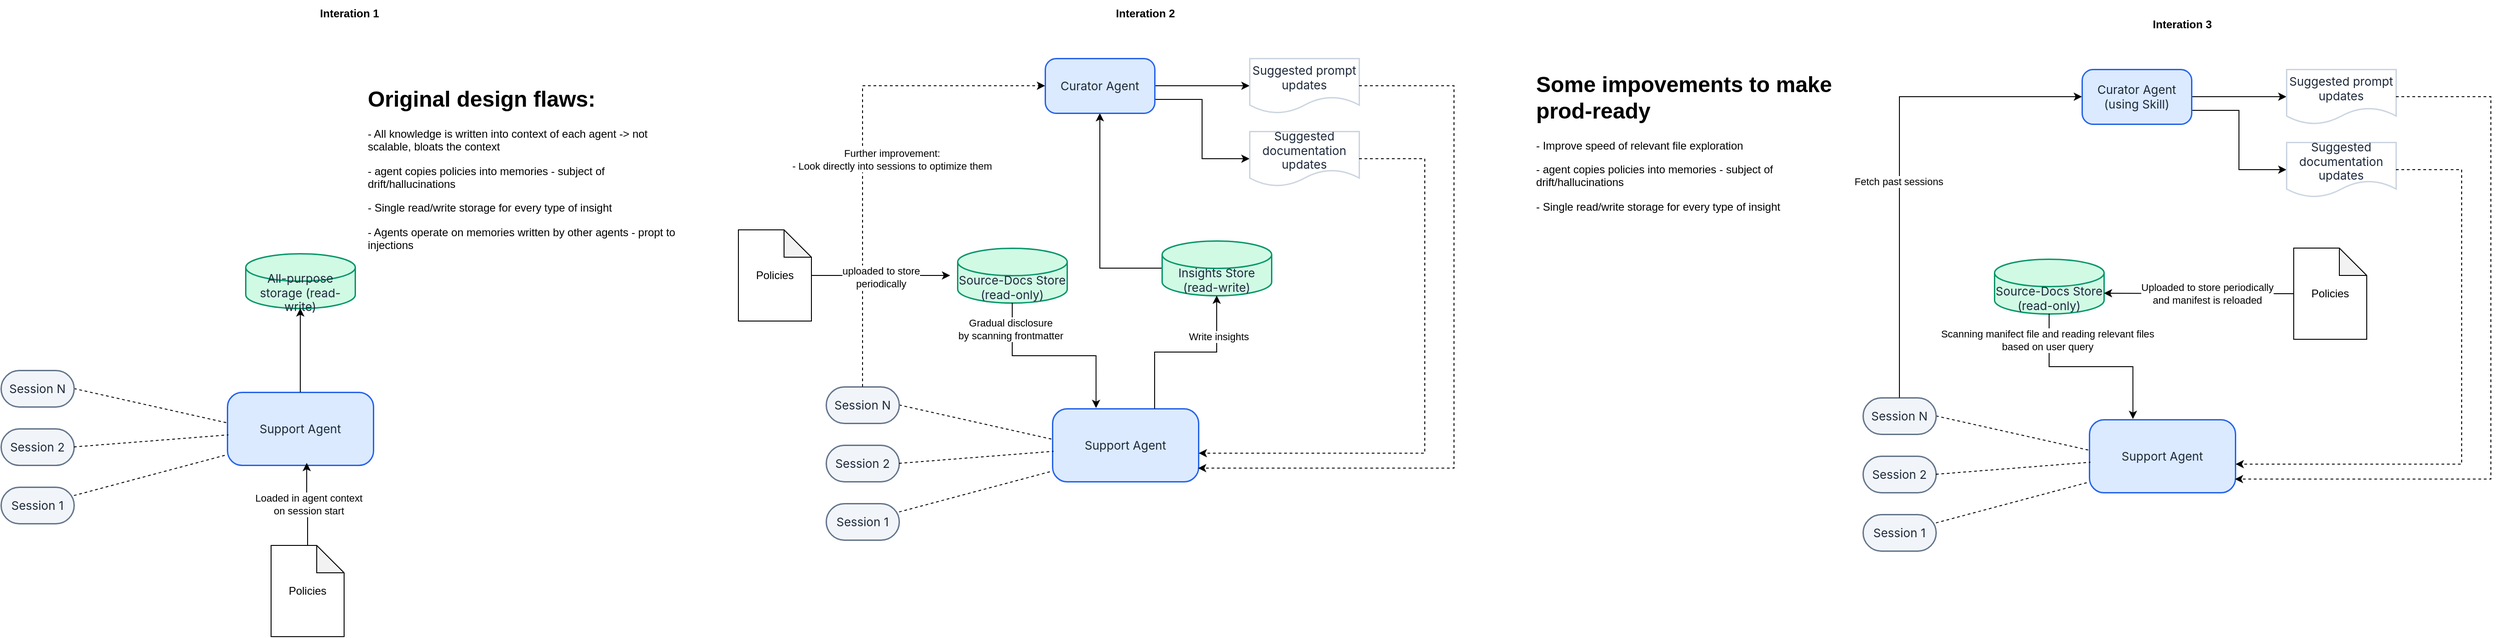
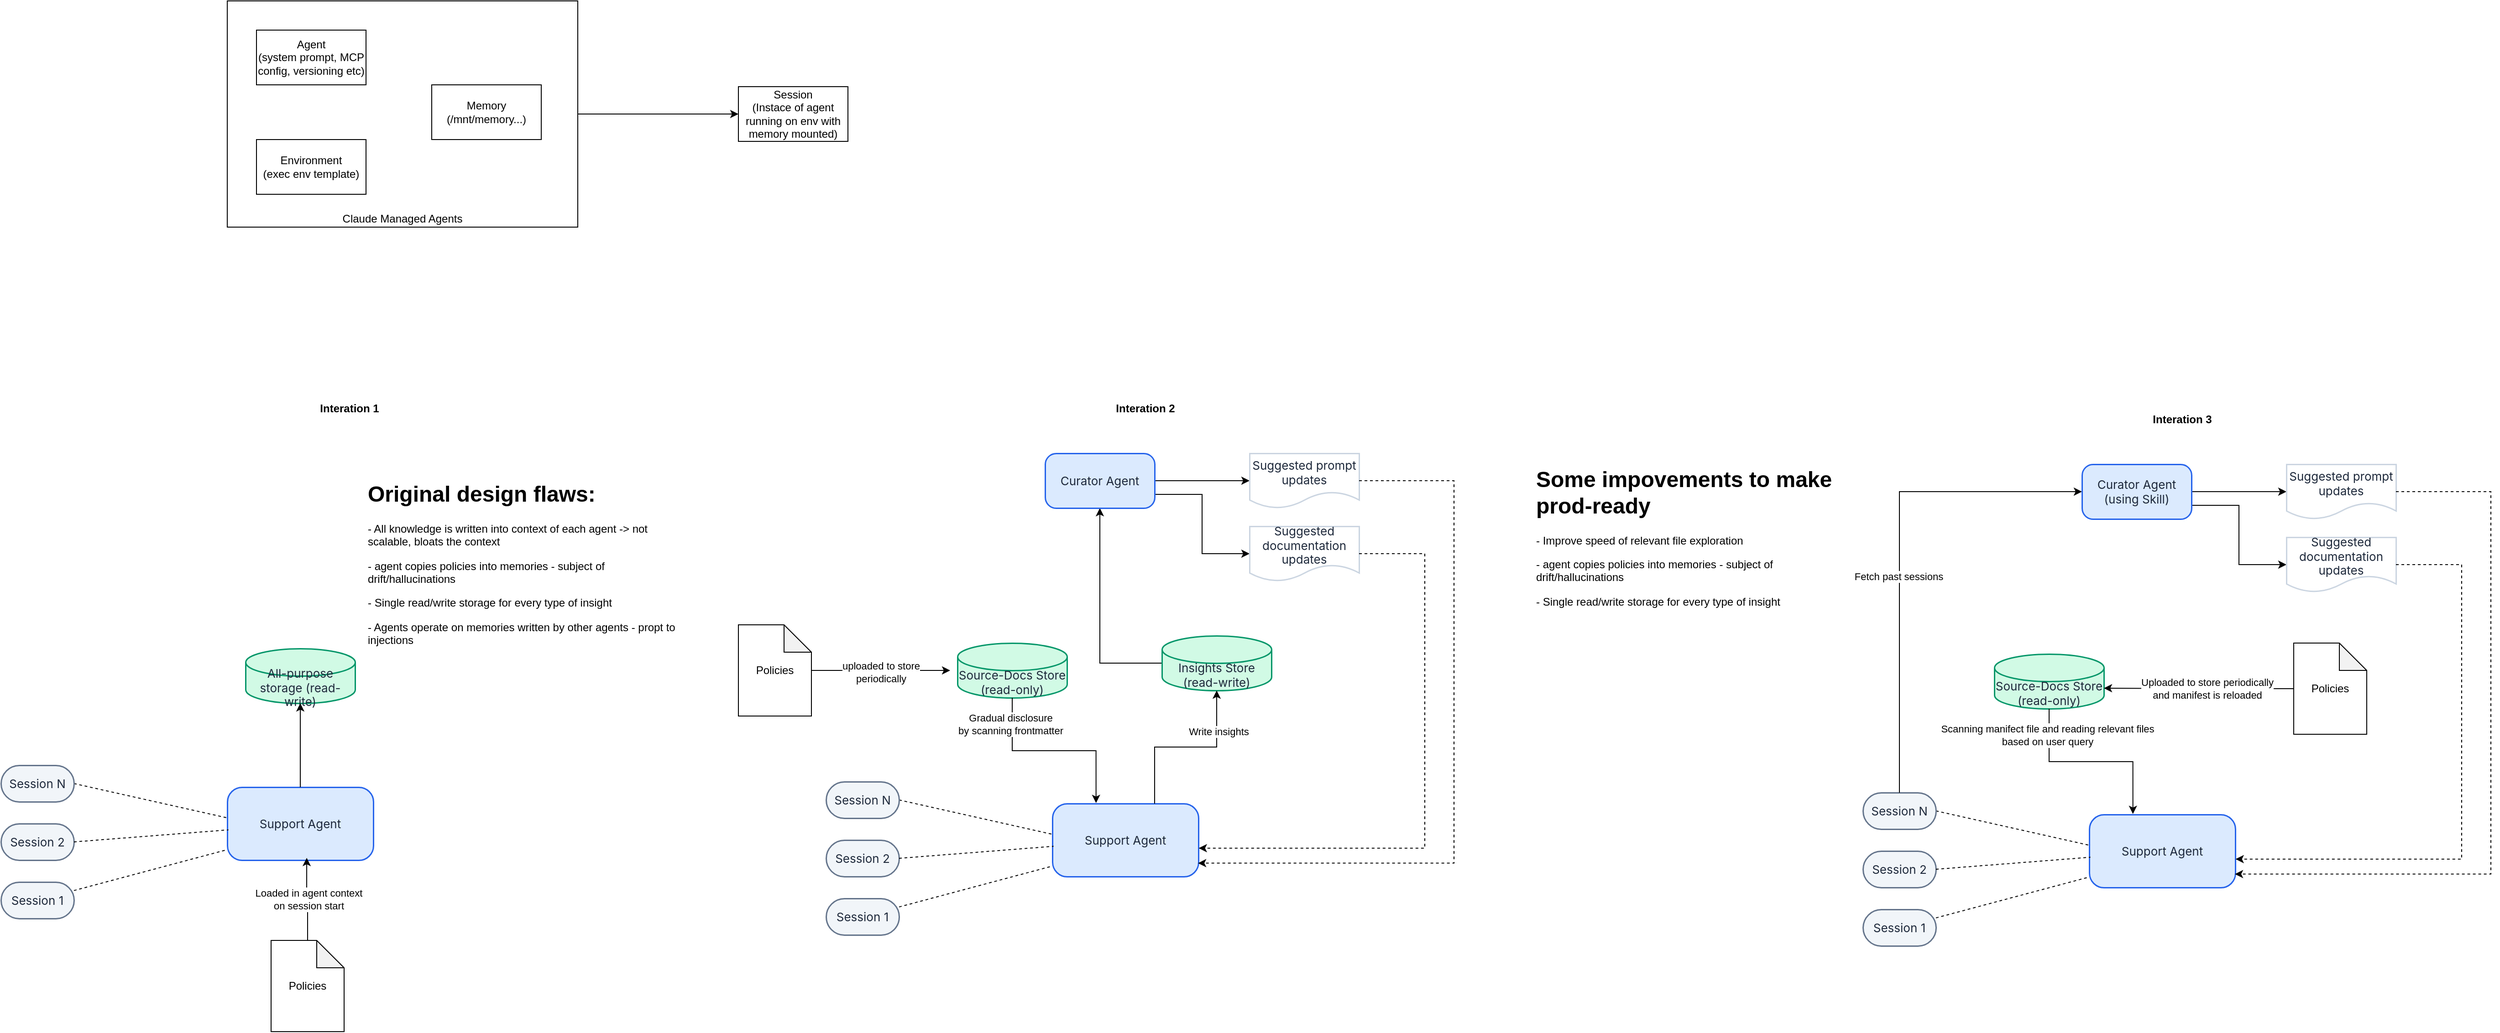
<mxfile host="Electron" agent="drawio-skill-cli">
  <diagram name="Page-1" id="0">
-     <mxGraphModel dx="2424" dy="1824" grid="1" gridSize="8" guides="1" tooltips="1" connect="1" arrows="1" fold="1" page="1" pageScale="1" pageWidth="760" pageHeight="392" background="#FFFFFF" math="1" shadow="0">
+     <mxGraphModel dx="2424" dy="2216" grid="1" gridSize="8" guides="1" tooltips="1" connect="1" arrows="1" fold="1" page="1" pageScale="1" pageWidth="760" pageHeight="392" background="#FFFFFF" math="1" shadow="0">
      <root>
        <mxCell id="0" />
        <mxCell id="1" parent="0" />
+         <mxCell id="O03uXfAqKyq_xQbpwgVt-15" edge="1" parent="1" source="O03uXfAqKyq_xQbpwgVt-13" style="edgeStyle=orthogonalEdgeStyle;rounded=0;orthogonalLoop=1;jettySize=auto;html=1;entryX=0;entryY=0.5;entryDx=0;entryDy=0;" target="O03uXfAqKyq_xQbpwgVt-14">
+           <mxGeometry relative="1" as="geometry" />
+         </mxCell>
+         <mxCell id="O03uXfAqKyq_xQbpwgVt-13" parent="1" style="rounded=0;whiteSpace=wrap;html=1;verticalAlign=bottom;" value="Claude Managed Agents" vertex="1">
+           <mxGeometry height="248" width="384" x="-384" y="-896" as="geometry" />
+         </mxCell>
        <mxCell id="2" parent="1" style="rounded=1;arcSize=50;html=1;whiteSpace=wrap;fillColor=#F1F5F9;strokeColor=#64748B;strokeWidth=1.5;fontColor=#1E293B;fontSize=13;fontFamily=Inter, Roboto, system-ui, -apple-system, sans-serif;verticalAlign=middle;align=center" value="Session 1" vertex="1">
          <mxGeometry height="40" width="80" x="272" y="88" as="geometry" />
        </mxCell>
        <mxCell id="3" parent="1" style="rounded=1;arcSize=50;html=1;whiteSpace=wrap;fillColor=#F1F5F9;strokeColor=#64748B;strokeWidth=1.5;fontColor=#1E293B;fontSize=13;fontFamily=Inter, Roboto, system-ui, -apple-system, sans-serif;verticalAlign=middle;align=center" value="Session 2" vertex="1">
          <mxGeometry height="40" width="80" x="272" y="24" as="geometry" />
        </mxCell>
        <mxCell id="RlVFO93jehndt3vU5E4P-28" edge="1" parent="1" source="4" style="rounded=0;orthogonalLoop=1;jettySize=auto;html=1;exitX=1;exitY=0.5;exitDx=0;exitDy=0;entryX=-0.006;entryY=0.418;entryDx=0;entryDy=0;entryPerimeter=0;dashed=1;endArrow=none;endFill=0;" target="5">
          <mxGeometry relative="1" as="geometry">
            <mxPoint x="512" y="16" as="targetPoint" />
          </mxGeometry>
        </mxCell>
        <mxCell id="4" parent="1" style="rounded=1;arcSize=50;html=1;whiteSpace=wrap;fillColor=#F1F5F9;strokeColor=#64748B;strokeWidth=1.5;fontColor=#1E293B;fontSize=13;fontFamily=Inter, Roboto, system-ui, -apple-system, sans-serif;verticalAlign=middle;align=center" value="Session N" vertex="1">
          <mxGeometry height="40" width="80" x="272" y="-40" as="geometry" />
        </mxCell>
        <mxCell id="5" parent="1" style="rounded=1;arcSize=20;html=1;whiteSpace=wrap;fillColor=#DBEAFE;strokeColor=#2563EB;strokeWidth=1.5;fontColor=#1E293B;fontSize=13;fontFamily=Inter, Roboto, system-ui, -apple-system, sans-serif;verticalAlign=middle;align=center" value="Support Agent" vertex="1">
          <mxGeometry height="80" width="160" x="520" y="-16" as="geometry" />
        </mxCell>
        <mxCell id="6" parent="1" style="shape=cylinder3;boundedLbl=1;backgroundOutline=1;size=15;html=1;whiteSpace=wrap;fillColor=#D1FAE5;strokeColor=#059669;strokeWidth=1.5;fontColor=#1E293B;fontSize=13;fontFamily=Inter, Roboto, system-ui, -apple-system, sans-serif;verticalAlign=middle;align=center" value="Source-Docs Store (read-only)" vertex="1">
          <mxGeometry height="60" width="120" x="416" y="-192" as="geometry" />
        </mxCell>
        <mxCell id="RlVFO93jehndt3vU5E4P-33" edge="1" parent="1" source="7" style="edgeStyle=orthogonalEdgeStyle;rounded=0;orthogonalLoop=1;jettySize=auto;html=1;entryX=0.5;entryY=1;entryDx=0;entryDy=0;" target="9">
          <mxGeometry relative="1" as="geometry" />
        </mxCell>
        <mxCell id="7" parent="1" style="shape=cylinder3;boundedLbl=1;backgroundOutline=1;size=15;html=1;whiteSpace=wrap;fillColor=#D1FAE5;strokeColor=#059669;strokeWidth=1.5;fontColor=#1E293B;fontSize=13;fontFamily=Inter, Roboto, system-ui, -apple-system, sans-serif;verticalAlign=middle;align=center" value="Insights Store (read-write)" vertex="1">
          <mxGeometry height="60" width="120" x="640" y="-200" as="geometry" />
        </mxCell>
        <mxCell id="RlVFO93jehndt3vU5E4P-36" edge="1" parent="1" source="9" style="edgeStyle=orthogonalEdgeStyle;rounded=0;orthogonalLoop=1;jettySize=auto;html=1;" target="10">
          <mxGeometry relative="1" as="geometry" />
        </mxCell>
        <mxCell id="RlVFO93jehndt3vU5E4P-37" edge="1" parent="1" source="9" style="edgeStyle=orthogonalEdgeStyle;rounded=0;orthogonalLoop=1;jettySize=auto;html=1;exitX=1;exitY=0.75;exitDx=0;exitDy=0;entryX=0;entryY=0.5;entryDx=0;entryDy=0;" target="RlVFO93jehndt3vU5E4P-34">
          <mxGeometry relative="1" as="geometry" />
-         </mxCell>
-         <mxCell id="RlVFO93jehndt3vU5E4P-38" edge="1" parent="1" source="4" style="edgeStyle=orthogonalEdgeStyle;rounded=0;orthogonalLoop=1;jettySize=auto;html=1;dashed=1;" target="9">
-           <mxGeometry relative="1" as="geometry">
-             <Array as="points">
-               <mxPoint x="312" y="-370" />
-             </Array>
-           </mxGeometry>
-         </mxCell>
-         <mxCell id="RlVFO93jehndt3vU5E4P-39" connectable="0" parent="RlVFO93jehndt3vU5E4P-38" style="edgeLabel;html=1;align=center;verticalAlign=middle;resizable=0;points=[];" value="Further improvement:&lt;div&gt;- Look directly into sessions to optimize them&lt;/div&gt;" vertex="1">
-           <mxGeometry relative="1" x="0.0881" y="1" as="geometry">
-             <mxPoint x="33" y="39" as="offset" />
-           </mxGeometry>
        </mxCell>
        <mxCell id="9" parent="1" style="rounded=1;arcSize=20;html=1;whiteSpace=wrap;fillColor=#DBEAFE;strokeColor=#2563EB;strokeWidth=1.5;fontColor=#1E293B;fontSize=13;fontFamily=Inter, Roboto, system-ui, -apple-system, sans-serif;verticalAlign=middle;align=center" value="Curator Agent" vertex="1">
          <mxGeometry height="60" width="120" x="512" y="-400" as="geometry" />
        </mxCell>
        <mxCell id="10" parent="1" style="shape=document;boundedLbl=1;html=1;whiteSpace=wrap;fillColor=#FFFFFF;strokeColor=#CBD5E1;strokeWidth=1.5;fontColor=#1E293B;fontSize=13;fontFamily=Inter, Roboto, system-ui, -apple-system, sans-serif;verticalAlign=middle;align=center" value="Suggested prompt updates" vertex="1">
          <mxGeometry height="60" width="120" x="736" y="-400" as="geometry" />
        </mxCell>
        <mxCell id="RlVFO93jehndt3vU5E4P-29" edge="1" parent="1" source="3" style="rounded=0;orthogonalLoop=1;jettySize=auto;html=1;exitX=1;exitY=0.5;exitDx=0;exitDy=0;entryX=0.008;entryY=0.585;entryDx=0;entryDy=0;entryPerimeter=0;dashed=1;endArrow=none;endFill=0;" target="5">
          <mxGeometry relative="1" as="geometry" />
        </mxCell>
        <mxCell id="RlVFO93jehndt3vU5E4P-30" edge="1" parent="1" source="2" style="rounded=0;orthogonalLoop=1;jettySize=auto;html=1;entryX=-0.011;entryY=0.862;entryDx=0;entryDy=0;entryPerimeter=0;dashed=1;endArrow=none;endFill=0;" target="5">
          <mxGeometry relative="1" as="geometry" />
        </mxCell>
        <mxCell id="RlVFO93jehndt3vU5E4P-31" edge="1" parent="1" source="6" style="edgeStyle=orthogonalEdgeStyle;rounded=0;orthogonalLoop=1;jettySize=auto;html=1;entryX=0.299;entryY=-0.008;entryDx=0;entryDy=0;entryPerimeter=0;" target="5">
          <mxGeometry relative="1" as="geometry" />
        </mxCell>
        <mxCell id="RlVFO93jehndt3vU5E4P-40" connectable="0" parent="RlVFO93jehndt3vU5E4P-31" style="edgeLabel;html=1;align=center;verticalAlign=middle;resizable=0;points=[];" value="Gradual disclosure&lt;div&gt;by scanning frontmatter&lt;/div&gt;" vertex="1">
          <mxGeometry relative="1" x="-0.72" y="-2" as="geometry">
            <mxPoint as="offset" />
          </mxGeometry>
        </mxCell>
        <mxCell id="RlVFO93jehndt3vU5E4P-32" edge="1" parent="1" source="5" style="edgeStyle=orthogonalEdgeStyle;rounded=0;orthogonalLoop=1;jettySize=auto;html=1;exitX=0.7;exitY=0;exitDx=0;exitDy=0;exitPerimeter=0;" target="7">
          <mxGeometry relative="1" as="geometry" />
        </mxCell>
        <mxCell id="RlVFO93jehndt3vU5E4P-41" connectable="0" parent="RlVFO93jehndt3vU5E4P-32" style="edgeLabel;html=1;align=center;verticalAlign=middle;resizable=0;points=[];" value="Write insights" vertex="1">
          <mxGeometry relative="1" x="0.5382" y="-2" as="geometry">
            <mxPoint as="offset" />
          </mxGeometry>
        </mxCell>
        <mxCell id="RlVFO93jehndt3vU5E4P-34" parent="1" style="shape=document;boundedLbl=1;html=1;whiteSpace=wrap;fillColor=#FFFFFF;strokeColor=#CBD5E1;strokeWidth=1.5;fontColor=#1E293B;fontSize=13;fontFamily=Inter, Roboto, system-ui, -apple-system, sans-serif;verticalAlign=middle;align=center" value="Suggested documentation updates" vertex="1">
          <mxGeometry height="60" width="120" x="736" y="-320" as="geometry" />
        </mxCell>
        <mxCell id="K27wWC6wkN7WmZvC_m9p-11" parent="1" style="text;html=1;whiteSpace=wrap;overflow=hidden;rounded=0;" value="&lt;h1 style=&quot;margin-top: 0px;&quot;&gt;Original design flaws:&lt;/h1&gt;&lt;p&gt;- All knowledge is written into context of each agent -&amp;gt; not scalable, bloats the context&lt;/p&gt;&lt;p&gt;- agent copies policies into memories - subject of drift/hallucinations&lt;/p&gt;&lt;p&gt;- Single read/write storage for every type of insight&lt;/p&gt;&lt;p&gt;- Agents operate on memories written by other agents - propt to injections&lt;/p&gt;" vertex="1">
          <mxGeometry height="200" width="344" x="-232" y="-376" as="geometry" />
        </mxCell>
        <mxCell id="K27wWC6wkN7WmZvC_m9p-12" edge="1" parent="1" source="RlVFO93jehndt3vU5E4P-34" style="edgeStyle=orthogonalEdgeStyle;rounded=0;orthogonalLoop=1;jettySize=auto;html=1;entryX=1.002;entryY=0.611;entryDx=0;entryDy=0;entryPerimeter=0;dashed=1;" target="5">
          <mxGeometry relative="1" as="geometry">
            <Array as="points">
              <mxPoint x="928" y="-290" />
              <mxPoint x="928" y="33" />
            </Array>
          </mxGeometry>
        </mxCell>
        <mxCell id="K27wWC6wkN7WmZvC_m9p-13" edge="1" parent="1" source="10" style="edgeStyle=orthogonalEdgeStyle;rounded=0;orthogonalLoop=1;jettySize=auto;html=1;entryX=0.997;entryY=0.816;entryDx=0;entryDy=0;entryPerimeter=0;dashed=1;" target="5">
          <mxGeometry relative="1" as="geometry">
            <Array as="points">
              <mxPoint x="960" y="-370" />
              <mxPoint x="960" y="49" />
            </Array>
          </mxGeometry>
        </mxCell>
        <mxCell id="CozKX9dai0k6KvKdKJ_9-10" parent="1" style="rounded=1;arcSize=50;html=1;whiteSpace=wrap;fillColor=#F1F5F9;strokeColor=#64748B;strokeWidth=1.5;fontColor=#1E293B;fontSize=13;fontFamily=Inter, Roboto, system-ui, -apple-system, sans-serif;verticalAlign=middle;align=center" value="Session 1" vertex="1">
          <mxGeometry height="40" width="80" x="-632" y="70" as="geometry" />
        </mxCell>
        <mxCell id="CozKX9dai0k6KvKdKJ_9-11" parent="1" style="rounded=1;arcSize=50;html=1;whiteSpace=wrap;fillColor=#F1F5F9;strokeColor=#64748B;strokeWidth=1.5;fontColor=#1E293B;fontSize=13;fontFamily=Inter, Roboto, system-ui, -apple-system, sans-serif;verticalAlign=middle;align=center" value="Session 2" vertex="1">
          <mxGeometry height="40" width="80" x="-632" y="6" as="geometry" />
        </mxCell>
        <mxCell id="CozKX9dai0k6KvKdKJ_9-12" edge="1" parent="1" source="CozKX9dai0k6KvKdKJ_9-13" style="rounded=0;orthogonalLoop=1;jettySize=auto;html=1;exitX=1;exitY=0.5;exitDx=0;exitDy=0;entryX=-0.006;entryY=0.418;entryDx=0;entryDy=0;entryPerimeter=0;dashed=1;endArrow=none;endFill=0;" target="CozKX9dai0k6KvKdKJ_9-14">
          <mxGeometry relative="1" as="geometry">
            <mxPoint x="-392" y="-2" as="targetPoint" />
          </mxGeometry>
        </mxCell>
        <mxCell id="CozKX9dai0k6KvKdKJ_9-13" parent="1" style="rounded=1;arcSize=50;html=1;whiteSpace=wrap;fillColor=#F1F5F9;strokeColor=#64748B;strokeWidth=1.5;fontColor=#1E293B;fontSize=13;fontFamily=Inter, Roboto, system-ui, -apple-system, sans-serif;verticalAlign=middle;align=center" value="Session N" vertex="1">
          <mxGeometry height="40" width="80" x="-632" y="-58" as="geometry" />
        </mxCell>
        <mxCell id="CozKX9dai0k6KvKdKJ_9-14" parent="1" style="rounded=1;arcSize=20;html=1;whiteSpace=wrap;fillColor=#DBEAFE;strokeColor=#2563EB;strokeWidth=1.5;fontColor=#1E293B;fontSize=13;fontFamily=Inter, Roboto, system-ui, -apple-system, sans-serif;verticalAlign=middle;align=center" value="Support Agent" vertex="1">
          <mxGeometry height="80" width="160" x="-384" y="-34" as="geometry" />
        </mxCell>
        <mxCell id="CozKX9dai0k6KvKdKJ_9-15" edge="1" parent="1" source="CozKX9dai0k6KvKdKJ_9-11" style="rounded=0;orthogonalLoop=1;jettySize=auto;html=1;exitX=1;exitY=0.5;exitDx=0;exitDy=0;entryX=0.008;entryY=0.585;entryDx=0;entryDy=0;entryPerimeter=0;dashed=1;endArrow=none;endFill=0;" target="CozKX9dai0k6KvKdKJ_9-14">
          <mxGeometry relative="1" as="geometry" />
        </mxCell>
        <mxCell id="CozKX9dai0k6KvKdKJ_9-16" edge="1" parent="1" source="CozKX9dai0k6KvKdKJ_9-10" style="rounded=0;orthogonalLoop=1;jettySize=auto;html=1;entryX=-0.011;entryY=0.862;entryDx=0;entryDy=0;entryPerimeter=0;dashed=1;endArrow=none;endFill=0;" target="CozKX9dai0k6KvKdKJ_9-14">
          <mxGeometry relative="1" as="geometry" />
        </mxCell>
        <mxCell id="CozKX9dai0k6KvKdKJ_9-17" parent="1" style="shape=cylinder3;boundedLbl=1;backgroundOutline=1;size=15;html=1;whiteSpace=wrap;fillColor=#D1FAE5;strokeColor=#059669;strokeWidth=1.5;fontColor=#1E293B;fontSize=13;fontFamily=Inter, Roboto, system-ui, -apple-system, sans-serif;verticalAlign=middle;align=center" value="All-purpose storage (read-write)" vertex="1">
          <mxGeometry height="60" width="120" x="-364" y="-186" as="geometry" />
        </mxCell>
        <mxCell id="CozKX9dai0k6KvKdKJ_9-18" edge="1" parent="1" source="CozKX9dai0k6KvKdKJ_9-14" style="edgeStyle=orthogonalEdgeStyle;rounded=0;orthogonalLoop=1;jettySize=auto;html=1;entryX=0.5;entryY=1;entryDx=0;entryDy=0;entryPerimeter=0;" target="CozKX9dai0k6KvKdKJ_9-17">
          <mxGeometry relative="1" as="geometry" />
        </mxCell>
        <mxCell id="CozKX9dai0k6KvKdKJ_9-19" parent="1" style="shape=note;whiteSpace=wrap;html=1;backgroundOutline=1;darkOpacity=0.05;" value="Policies" vertex="1">
          <mxGeometry height="100" width="80" x="-336" y="134" as="geometry" />
        </mxCell>
        <mxCell id="CozKX9dai0k6KvKdKJ_9-20" edge="1" parent="1" source="CozKX9dai0k6KvKdKJ_9-19" style="edgeStyle=orthogonalEdgeStyle;rounded=0;orthogonalLoop=1;jettySize=auto;html=1;entryX=0.544;entryY=0.969;entryDx=0;entryDy=0;entryPerimeter=0;" target="CozKX9dai0k6KvKdKJ_9-14">
          <mxGeometry relative="1" as="geometry" />
        </mxCell>
        <mxCell id="CozKX9dai0k6KvKdKJ_9-21" connectable="0" parent="CozKX9dai0k6KvKdKJ_9-20" style="edgeLabel;html=1;align=center;verticalAlign=middle;resizable=0;points=[];" value="Loaded in agent context&lt;div&gt;on session start&lt;/div&gt;" vertex="1">
          <mxGeometry relative="1" x="-0.038" y="-2" as="geometry">
            <mxPoint x="1" y="1" as="offset" />
          </mxGeometry>
        </mxCell>
        <mxCell id="CozKX9dai0k6KvKdKJ_9-22" parent="1" style="text;html=1;whiteSpace=wrap;strokeColor=none;fillColor=none;align=center;verticalAlign=middle;rounded=0;fontStyle=1" value="Interation 1" vertex="1">
          <mxGeometry height="30" width="92" x="-296" y="-464" as="geometry" />
        </mxCell>
        <mxCell id="CozKX9dai0k6KvKdKJ_9-23" parent="1" style="text;html=1;whiteSpace=wrap;strokeColor=none;fillColor=none;align=center;verticalAlign=middle;rounded=0;fontStyle=1" value="Interation 2" vertex="1">
          <mxGeometry height="30" width="92" x="576" y="-464" as="geometry" />
        </mxCell>
        <mxCell id="CozKX9dai0k6KvKdKJ_9-25" parent="1" style="text;html=1;whiteSpace=wrap;overflow=hidden;rounded=0;" value="&lt;h1 style=&quot;margin-top: 0px;&quot;&gt;Some impovements to make prod-ready&lt;/h1&gt;&lt;p&gt;- Improve speed of relevant file exploration&lt;/p&gt;&lt;p&gt;- agent copies policies into memories - subject of drift/hallucinations&lt;/p&gt;&lt;p&gt;- Single read/write storage for every type of insight&lt;/p&gt;" vertex="1">
          <mxGeometry height="175" width="344" x="1048" y="-392" as="geometry" />
        </mxCell>
        <mxCell id="CozKX9dai0k6KvKdKJ_9-26" parent="1" style="rounded=1;arcSize=50;html=1;whiteSpace=wrap;fillColor=#F1F5F9;strokeColor=#64748B;strokeWidth=1.5;fontColor=#1E293B;fontSize=13;fontFamily=Inter, Roboto, system-ui, -apple-system, sans-serif;verticalAlign=middle;align=center" value="Session 1" vertex="1">
          <mxGeometry height="40" width="80" x="1408" y="100" as="geometry" />
        </mxCell>
        <mxCell id="CozKX9dai0k6KvKdKJ_9-27" parent="1" style="rounded=1;arcSize=50;html=1;whiteSpace=wrap;fillColor=#F1F5F9;strokeColor=#64748B;strokeWidth=1.5;fontColor=#1E293B;fontSize=13;fontFamily=Inter, Roboto, system-ui, -apple-system, sans-serif;verticalAlign=middle;align=center" value="Session 2" vertex="1">
          <mxGeometry height="40" width="80" x="1408" y="36" as="geometry" />
        </mxCell>
        <mxCell id="CozKX9dai0k6KvKdKJ_9-28" edge="1" parent="1" source="CozKX9dai0k6KvKdKJ_9-29" style="rounded=0;orthogonalLoop=1;jettySize=auto;html=1;exitX=1;exitY=0.5;exitDx=0;exitDy=0;entryX=-0.006;entryY=0.418;entryDx=0;entryDy=0;entryPerimeter=0;dashed=1;endArrow=none;endFill=0;" target="CozKX9dai0k6KvKdKJ_9-30">
          <mxGeometry relative="1" as="geometry">
            <mxPoint x="1648" y="28" as="targetPoint" />
          </mxGeometry>
        </mxCell>
        <mxCell id="CozKX9dai0k6KvKdKJ_9-29" parent="1" style="rounded=1;arcSize=50;html=1;whiteSpace=wrap;fillColor=#F1F5F9;strokeColor=#64748B;strokeWidth=1.5;fontColor=#1E293B;fontSize=13;fontFamily=Inter, Roboto, system-ui, -apple-system, sans-serif;verticalAlign=middle;align=center" value="Session N" vertex="1">
          <mxGeometry height="40" width="80" x="1408" y="-28" as="geometry" />
        </mxCell>
        <mxCell id="CozKX9dai0k6KvKdKJ_9-30" parent="1" style="rounded=1;arcSize=20;html=1;whiteSpace=wrap;fillColor=#DBEAFE;strokeColor=#2563EB;strokeWidth=1.5;fontColor=#1E293B;fontSize=13;fontFamily=Inter, Roboto, system-ui, -apple-system, sans-serif;verticalAlign=middle;align=center" value="Support Agent" vertex="1">
          <mxGeometry height="80" width="160" x="1656" y="-4" as="geometry" />
        </mxCell>
        <mxCell id="CozKX9dai0k6KvKdKJ_9-31" parent="1" style="shape=cylinder3;boundedLbl=1;backgroundOutline=1;size=15;html=1;whiteSpace=wrap;fillColor=#D1FAE5;strokeColor=#059669;strokeWidth=1.5;fontColor=#1E293B;fontSize=13;fontFamily=Inter, Roboto, system-ui, -apple-system, sans-serif;verticalAlign=middle;align=center" value="Source-Docs Store (read-only)" vertex="1">
          <mxGeometry height="60" width="120" x="1552" y="-180" as="geometry" />
        </mxCell>
        <mxCell id="CozKX9dai0k6KvKdKJ_9-34" edge="1" parent="1" source="CozKX9dai0k6KvKdKJ_9-38" style="edgeStyle=orthogonalEdgeStyle;rounded=0;orthogonalLoop=1;jettySize=auto;html=1;" target="CozKX9dai0k6KvKdKJ_9-39">
          <mxGeometry relative="1" as="geometry" />
        </mxCell>
        <mxCell id="CozKX9dai0k6KvKdKJ_9-35" edge="1" parent="1" source="CozKX9dai0k6KvKdKJ_9-38" style="edgeStyle=orthogonalEdgeStyle;rounded=0;orthogonalLoop=1;jettySize=auto;html=1;exitX=1;exitY=0.75;exitDx=0;exitDy=0;entryX=0;entryY=0.5;entryDx=0;entryDy=0;" target="CozKX9dai0k6KvKdKJ_9-46">
          <mxGeometry relative="1" as="geometry" />
        </mxCell>
        <mxCell id="CozKX9dai0k6KvKdKJ_9-36" edge="1" parent="1" source="CozKX9dai0k6KvKdKJ_9-29" style="edgeStyle=orthogonalEdgeStyle;rounded=0;orthogonalLoop=1;jettySize=auto;html=1;" target="CozKX9dai0k6KvKdKJ_9-38">
          <mxGeometry relative="1" as="geometry">
            <Array as="points">
              <mxPoint x="1448" y="-358" />
            </Array>
          </mxGeometry>
        </mxCell>
        <mxCell id="CozKX9dai0k6KvKdKJ_9-56" connectable="0" parent="CozKX9dai0k6KvKdKJ_9-36" style="edgeLabel;html=1;align=center;verticalAlign=middle;resizable=0;points=[];" value="Fetch past sessions" vertex="1">
          <mxGeometry relative="1" x="-0.105" y="1" as="geometry">
            <mxPoint as="offset" />
          </mxGeometry>
        </mxCell>
        <mxCell id="CozKX9dai0k6KvKdKJ_9-38" parent="1" style="rounded=1;arcSize=20;html=1;whiteSpace=wrap;fillColor=#DBEAFE;strokeColor=#2563EB;strokeWidth=1.5;fontColor=#1E293B;fontSize=13;fontFamily=Inter, Roboto, system-ui, -apple-system, sans-serif;verticalAlign=middle;align=center" value="Curator Agent (using Skill)" vertex="1">
          <mxGeometry height="60" width="120" x="1648" y="-388" as="geometry" />
        </mxCell>
        <mxCell id="CozKX9dai0k6KvKdKJ_9-39" parent="1" style="shape=document;boundedLbl=1;html=1;whiteSpace=wrap;fillColor=#FFFFFF;strokeColor=#CBD5E1;strokeWidth=1.5;fontColor=#1E293B;fontSize=13;fontFamily=Inter, Roboto, system-ui, -apple-system, sans-serif;verticalAlign=middle;align=center" value="Suggested prompt updates" vertex="1">
          <mxGeometry height="60" width="120" x="1872" y="-388" as="geometry" />
        </mxCell>
        <mxCell id="CozKX9dai0k6KvKdKJ_9-40" edge="1" parent="1" source="CozKX9dai0k6KvKdKJ_9-27" style="rounded=0;orthogonalLoop=1;jettySize=auto;html=1;exitX=1;exitY=0.5;exitDx=0;exitDy=0;entryX=0.008;entryY=0.585;entryDx=0;entryDy=0;entryPerimeter=0;dashed=1;endArrow=none;endFill=0;" target="CozKX9dai0k6KvKdKJ_9-30">
          <mxGeometry relative="1" as="geometry" />
        </mxCell>
        <mxCell id="CozKX9dai0k6KvKdKJ_9-41" edge="1" parent="1" source="CozKX9dai0k6KvKdKJ_9-26" style="rounded=0;orthogonalLoop=1;jettySize=auto;html=1;entryX=-0.011;entryY=0.862;entryDx=0;entryDy=0;entryPerimeter=0;dashed=1;endArrow=none;endFill=0;" target="CozKX9dai0k6KvKdKJ_9-30">
          <mxGeometry relative="1" as="geometry" />
        </mxCell>
        <mxCell id="CozKX9dai0k6KvKdKJ_9-42" edge="1" parent="1" source="CozKX9dai0k6KvKdKJ_9-31" style="edgeStyle=orthogonalEdgeStyle;rounded=0;orthogonalLoop=1;jettySize=auto;html=1;entryX=0.299;entryY=-0.008;entryDx=0;entryDy=0;entryPerimeter=0;" target="CozKX9dai0k6KvKdKJ_9-30">
          <mxGeometry relative="1" as="geometry" />
        </mxCell>
        <mxCell id="CozKX9dai0k6KvKdKJ_9-43" connectable="0" parent="CozKX9dai0k6KvKdKJ_9-42" style="edgeLabel;html=1;align=center;verticalAlign=middle;resizable=0;points=[];" value="Scanning manifect file and reading relevant files&lt;div&gt;based on user query&lt;/div&gt;" vertex="1">
          <mxGeometry relative="1" x="-0.72" y="-2" as="geometry">
            <mxPoint as="offset" />
          </mxGeometry>
        </mxCell>
        <mxCell id="CozKX9dai0k6KvKdKJ_9-46" parent="1" style="shape=document;boundedLbl=1;html=1;whiteSpace=wrap;fillColor=#FFFFFF;strokeColor=#CBD5E1;strokeWidth=1.5;fontColor=#1E293B;fontSize=13;fontFamily=Inter, Roboto, system-ui, -apple-system, sans-serif;verticalAlign=middle;align=center" value="Suggested documentation updates" vertex="1">
          <mxGeometry height="60" width="120" x="1872" y="-308" as="geometry" />
        </mxCell>
        <mxCell id="CozKX9dai0k6KvKdKJ_9-47" edge="1" parent="1" source="CozKX9dai0k6KvKdKJ_9-46" style="edgeStyle=orthogonalEdgeStyle;rounded=0;orthogonalLoop=1;jettySize=auto;html=1;entryX=1.002;entryY=0.611;entryDx=0;entryDy=0;entryPerimeter=0;dashed=1;" target="CozKX9dai0k6KvKdKJ_9-30">
          <mxGeometry relative="1" as="geometry">
            <Array as="points">
              <mxPoint x="2064" y="-278" />
              <mxPoint x="2064" y="45" />
            </Array>
          </mxGeometry>
        </mxCell>
        <mxCell id="CozKX9dai0k6KvKdKJ_9-48" edge="1" parent="1" source="CozKX9dai0k6KvKdKJ_9-39" style="edgeStyle=orthogonalEdgeStyle;rounded=0;orthogonalLoop=1;jettySize=auto;html=1;entryX=0.997;entryY=0.816;entryDx=0;entryDy=0;entryPerimeter=0;dashed=1;" target="CozKX9dai0k6KvKdKJ_9-30">
          <mxGeometry relative="1" as="geometry">
            <Array as="points">
              <mxPoint x="2096" y="-358" />
              <mxPoint x="2096" y="61" />
            </Array>
          </mxGeometry>
        </mxCell>
        <mxCell id="CozKX9dai0k6KvKdKJ_9-49" parent="1" style="text;html=1;whiteSpace=wrap;strokeColor=none;fillColor=none;align=center;verticalAlign=middle;rounded=0;fontStyle=1" value="Interation 3" vertex="1">
          <mxGeometry height="30" width="92" x="1712" y="-452" as="geometry" />
        </mxCell>
        <mxCell id="CozKX9dai0k6KvKdKJ_9-51" edge="1" parent="1" source="CozKX9dai0k6KvKdKJ_9-50" style="edgeStyle=orthogonalEdgeStyle;rounded=0;orthogonalLoop=1;jettySize=auto;html=1;">
          <mxGeometry relative="1" as="geometry">
            <mxPoint x="407.99999999999955" y="-162" as="targetPoint" />
          </mxGeometry>
        </mxCell>
        <mxCell id="CozKX9dai0k6KvKdKJ_9-54" connectable="0" parent="CozKX9dai0k6KvKdKJ_9-51" style="edgeLabel;html=1;align=center;verticalAlign=middle;resizable=0;points=[];" value="uploaded to store&lt;div&gt;periodically&lt;/div&gt;" vertex="1">
          <mxGeometry relative="1" x="-0.0093" y="-2" as="geometry">
            <mxPoint as="offset" />
          </mxGeometry>
        </mxCell>
        <mxCell id="CozKX9dai0k6KvKdKJ_9-50" parent="1" style="shape=note;whiteSpace=wrap;html=1;backgroundOutline=1;darkOpacity=0.05;" value="Policies" vertex="1">
          <mxGeometry height="100" width="80" x="176" y="-212" as="geometry" />
        </mxCell>
        <mxCell id="CozKX9dai0k6KvKdKJ_9-52" parent="1" style="shape=note;whiteSpace=wrap;html=1;backgroundOutline=1;darkOpacity=0.05;" value="Policies" vertex="1">
          <mxGeometry height="100" width="80" x="1880" y="-192" as="geometry" />
        </mxCell>
        <mxCell id="CozKX9dai0k6KvKdKJ_9-53" edge="1" parent="1" source="CozKX9dai0k6KvKdKJ_9-52" style="edgeStyle=orthogonalEdgeStyle;rounded=0;orthogonalLoop=1;jettySize=auto;html=1;entryX=1;entryY=0;entryDx=0;entryDy=37.5;entryPerimeter=0;" target="CozKX9dai0k6KvKdKJ_9-31">
          <mxGeometry relative="1" as="geometry" />
        </mxCell>
        <mxCell id="CozKX9dai0k6KvKdKJ_9-55" connectable="0" parent="CozKX9dai0k6KvKdKJ_9-53" style="edgeLabel;html=1;align=center;verticalAlign=middle;resizable=0;points=[];" value="Uploaded to store periodically&lt;div&gt;and manifest is reloaded&lt;/div&gt;" vertex="1">
          <mxGeometry relative="1" x="-0.437" y="2" as="geometry">
            <mxPoint x="-37" y="-2" as="offset" />
          </mxGeometry>
+         </mxCell>
+         <mxCell id="O03uXfAqKyq_xQbpwgVt-10" parent="1" style="rounded=0;whiteSpace=wrap;html=1;" value="Agent&lt;div&gt;(system prompt, MCP config, versioning etc)&lt;/div&gt;" vertex="1">
+           <mxGeometry height="60" width="120" x="-352" y="-864" as="geometry" />
+         </mxCell>
+         <mxCell id="O03uXfAqKyq_xQbpwgVt-11" parent="1" style="rounded=0;whiteSpace=wrap;html=1;" value="Environment&lt;div&gt;(exec env template)&lt;/div&gt;" vertex="1">
+           <mxGeometry height="60" width="120" x="-352" y="-744" as="geometry" />
+         </mxCell>
+         <mxCell id="O03uXfAqKyq_xQbpwgVt-12" parent="1" style="rounded=0;whiteSpace=wrap;html=1;" value="Memory&lt;div&gt;(/mnt/memory...)&lt;/div&gt;" vertex="1">
+           <mxGeometry height="60" width="120" x="-160" y="-804" as="geometry" />
+         </mxCell>
+         <mxCell id="O03uXfAqKyq_xQbpwgVt-14" parent="1" style="rounded=0;whiteSpace=wrap;html=1;" value="Session&lt;div&gt;(Instace of agent running on env with memory mounted)&lt;/div&gt;" vertex="1">
+           <mxGeometry height="60" width="120" x="176" y="-802" as="geometry" />
        </mxCell>
      </root>
    </mxGraphModel>
  </diagram>
</mxfile>
